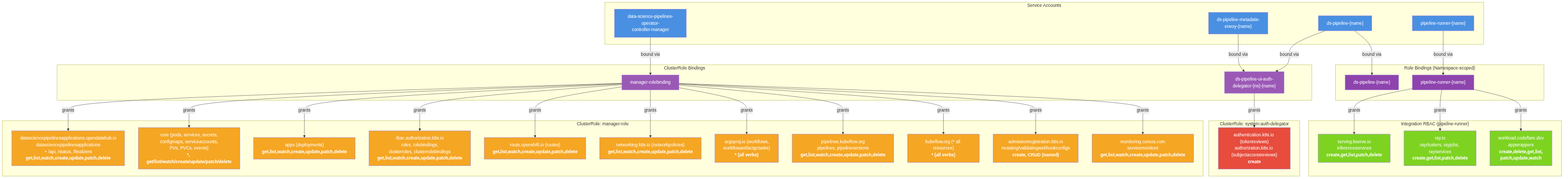
Above: architecture/rhoai.next/diagrams/data-science-pipelines-operator-rbac.png in rhuss/architecture-context (Mermaid), before the change. Its source is kept beside it as architecture/rhoai.next/diagrams/data-science-pipelines-operator-rbac.mmd.
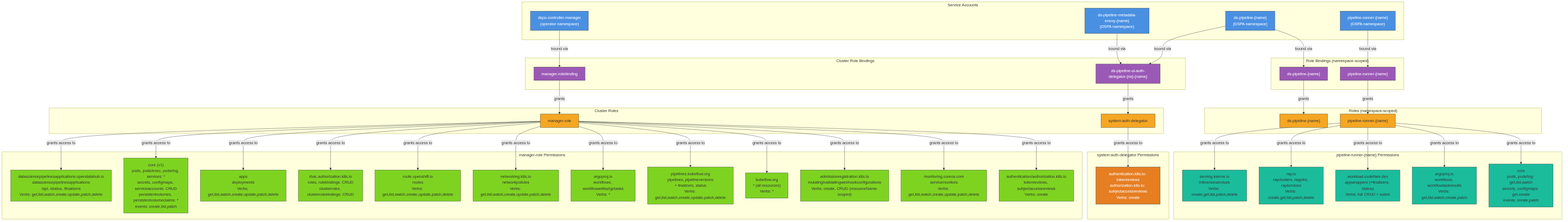
Above is the later version.

Diff of the diagram source:
```diff
@@ -1,89 +1,126 @@
 graph TD
     subgraph ServiceAccounts["Service Accounts"]
-        SA_DSPO["data-science-pipelines-operator-<br/>controller-manager"]
-        SA_Pipeline["ds-pipeline-{name}"]
-        SA_Envoy["ds-pipeline-metadata-<br/>envoy-{name}"]
-        SA_Runner["pipeline-runner-{name}"]
+        SA_DSPO["dspo-controller-manager<br/>(operator namespace)"]
+        SA_Pipeline["ds-pipeline-{name}<br/>(DSPA namespace)"]
+        SA_Envoy["ds-pipeline-metadata-envoy-{name}<br/>(DSPA namespace)"]
+        SA_Runner["pipeline-runner-{name}<br/>(DSPA namespace)"]
     end
 
-    subgraph ClusterRoleBindings["ClusterRole Bindings"]
+    subgraph ClusterRoleBindings["Cluster Role Bindings"]
         CRB_Manager["manager-rolebinding"]
-        CRB_AuthDeleg["ds-pipeline-ui-auth-<br/>delegator-{ns}-{name}"]
+        CRB_AuthDeleg["ds-pipeline-ui-auth-delegator-{ns}-{name}"]
     end
 
-    subgraph RoleBindings["Role Bindings (Namespace-scoped)"]
+    subgraph RoleBindings["Role Bindings (namespace-scoped)"]
         RB_Pipeline["ds-pipeline-{name}"]
         RB_Runner["pipeline-runner-{name}"]
     end
 
-    subgraph ClusterRoles["ClusterRole: manager-role"]
-        direction TB
-        CR_DSPA["datasciencepipelinesapplications.opendatahub.io<br/>datasciencepipelinesapplications<br/>+ /api, /status, /finalizers<br/><b>get,list,watch,create,update,patch,delete</b>"]
-        CR_Core["core (pods, services, secrets,<br/>configmaps, serviceaccounts,<br/>PVs, PVCs, events)<br/><b>*, get/list/watch/create/update/patch/delete</b>"]
-        CR_Apps["apps (deployments)<br/><b>get,list,watch,create,update,patch,delete</b>"]
-        CR_RBAC["rbac.authorization.k8s.io<br/>roles, rolebindings,<br/>clusterroles, clusterrolebindings<br/><b>get,list,watch,create,update,patch,delete</b>"]
-        CR_Routes["route.openshift.io (routes)<br/><b>get,list,watch,create,update,patch,delete</b>"]
-        CR_NetPol["networking.k8s.io (networkpolicies)<br/><b>get,list,watch,create,update,patch,delete</b>"]
-        CR_Argo["argoproj.io (workflows,<br/>workflowartifactgctasks)<br/><b>* (all verbs)</b>"]
-        CR_KFP["pipelines.kubeflow.org<br/>pipelines, pipelineversions<br/><b>get,list,watch,create,update,patch,delete</b>"]
-        CR_KF["kubeflow.org (* all resources)<br/><b>* (all verbs)</b>"]
-        CR_Webhook["admissionregistration.k8s.io<br/>mutating/validatingwebhookconfigs<br/><b>create, CRUD (named)</b>"]
-        CR_Monitor["monitoring.coreos.com<br/>servicemonitors<br/><b>get,list,watch,create,update,patch,delete</b>"]
+    subgraph ClusterRoles["Cluster Roles"]
+        CR_Manager["manager-role"]
+        CR_AuthDeleg["system:auth-delegator"]
     end
 
-    subgraph IntegrationRoles["Integration RBAC (pipeline-runner)"]
-        IR_KServe["serving.kserve.io<br/>inferenceservices<br/><b>create,get,list,patch,delete</b>"]
-        IR_Ray["ray.io<br/>rayclusters, rayjobs, rayservices<br/><b>create,get,list,patch,delete</b>"]
-        IR_CF["workload.codeflare.dev<br/>appwrappers<br/><b>create,delete,get,list,<br/>patch,update,watch</b>"]
+    subgraph Roles["Roles (namespace-scoped)"]
+        R_Pipeline["ds-pipeline-{name}"]
+        R_Runner["pipeline-runner-{name}"]
     end
 
-    subgraph AuthDelegation["ClusterRole: system:auth-delegator"]
-        AD_Auth["authentication.k8s.io (tokenreviews)<br/>authorization.k8s.io (subjectaccessreviews)<br/><b>create</b>"]
+    SA_DSPO -->|bound via| CRB_Manager
+    CRB_Manager -->|grants| CR_Manager
+
+    SA_Pipeline -->|bound via| CRB_AuthDeleg
+    SA_Envoy -->|bound via| CRB_AuthDeleg
+    CRB_AuthDeleg -->|grants| CR_AuthDeleg
+
+    SA_Pipeline -->|bound via| RB_Pipeline
+    RB_Pipeline -->|grants| R_Pipeline
+
+    SA_Runner -->|bound via| RB_Runner
+    RB_Runner -->|grants| R_Runner
+
+    subgraph ManagerResources["manager-role Permissions"]
+        direction TB
+        DSPA_Res["datasciencepipelinesapplications.opendatahub.io<br/>datasciencepipelinesapplications<br/>/api, /status, /finalizers<br/>Verbs: get,list,watch,create,update,patch,delete"]
+        Core_Res["core (v1)<br/>pods, pods/exec, pods/log, services: *<br/>secrets, configmaps, serviceaccounts: CRUD<br/>persistentvolumes, persistentvolumeclaims: *<br/>events: create,list,patch"]
+        Apps_Res["apps<br/>deployments<br/>Verbs: get,list,watch,create,update,patch,delete"]
+        RBAC_Res["rbac.authorization.k8s.io<br/>roles, rolebindings: CRUD<br/>clusterroles, clusterrolebindings: CRUD"]
+        Route_Res["route.openshift.io<br/>routes<br/>Verbs: get,list,watch,create,update,patch,delete"]
+        NetPol_Res["networking.k8s.io<br/>networkpolicies<br/>Verbs: get,list,watch,create,update,patch,delete"]
+        Argo_Res["argoproj.io<br/>workflows, workflowartifactgctasks<br/>Verbs: *"]
+        KFP_Res["pipelines.kubeflow.org<br/>pipelines, pipelineversions<br/>+ finalizers, status<br/>Verbs: get,list,watch,create,update,patch,delete"]
+        KF_Res["kubeflow.org<br/>* (all resources)<br/>Verbs: *"]
+        Webhook_Res["admissionregistration.k8s.io<br/>mutating/validatingwebhookconfigurations<br/>Verbs: create, CRUD (resourceName-scoped)"]
+        Monitor_Res["monitoring.coreos.com<br/>servicemonitors<br/>Verbs: get,list,watch,create,update,patch,delete"]
+        Auth_Res["authentication/authorization.k8s.io<br/>tokenreviews, subjectaccessreviews<br/>Verbs: create"]
     end
 
-    SA_DSPO -->|"bound via"| CRB_Manager
-    CRB_Manager -->|"grants"| CR_DSPA
-    CRB_Manager -->|"grants"| CR_Core
-    CRB_Manager -->|"grants"| CR_Apps
-    CRB_Manager -->|"grants"| CR_RBAC
-    CRB_Manager -->|"grants"| CR_Routes
-    CRB_Manager -->|"grants"| CR_NetPol
-    CRB_Manager -->|"grants"| CR_Argo
-    CRB_Manager -->|"grants"| CR_KFP
-    CRB_Manager -->|"grants"| CR_KF
-    CRB_Manager -->|"grants"| CR_Webhook
-    CRB_Manager -->|"grants"| CR_Monitor
+    CR_Manager -->|grants access to| DSPA_Res
+    CR_Manager -->|grants access to| Core_Res
+    CR_Manager -->|grants access to| Apps_Res
+    CR_Manager -->|grants access to| RBAC_Res
+    CR_Manager -->|grants access to| Route_Res
+    CR_Manager -->|grants access to| NetPol_Res
+    CR_Manager -->|grants access to| Argo_Res
+    CR_Manager -->|grants access to| KFP_Res
+    CR_Manager -->|grants access to| KF_Res
+    CR_Manager -->|grants access to| Webhook_Res
+    CR_Manager -->|grants access to| Monitor_Res
+    CR_Manager -->|grants access to| Auth_Res
 
-    SA_Pipeline -->|"bound via"| CRB_AuthDeleg
-    SA_Envoy -->|"bound via"| CRB_AuthDeleg
-    CRB_AuthDeleg -->|"grants"| AD_Auth
+    subgraph RunnerResources["pipeline-runner-{name} Permissions"]
+        direction TB
+        Runner_KServe["serving.kserve.io<br/>inferenceservices<br/>Verbs: create,get,list,patch,delete"]
+        Runner_Ray["ray.io<br/>rayclusters, rayjobs, rayservices<br/>Verbs: create,get,list,patch,delete"]
+        Runner_CF["workload.codeflare.dev<br/>appwrappers (+finalizers, status)<br/>Verbs: full CRUD + watch"]
+        Runner_Argo["argoproj.io<br/>workflows, workflowtaskresults<br/>Verbs: get,list,watch,create,patch"]
+        Runner_Core["core<br/>pods, pods/log: get,list,watch<br/>secrets, configmaps: get,create<br/>events: create,patch"]
+    end
 
-    SA_Pipeline -->|"bound via"| RB_Pipeline
-    SA_Runner -->|"bound via"| RB_Runner
-    RB_Runner -->|"grants"| IR_KServe
-    RB_Runner -->|"grants"| IR_Ray
-    RB_Runner -->|"grants"| IR_CF
+    R_Runner -->|grants access to| Runner_KServe
+    R_Runner -->|grants access to| Runner_Ray
+    R_Runner -->|grants access to| Runner_CF
+    R_Runner -->|grants access to| Runner_Argo
+    R_Runner -->|grants access to| Runner_Core
 
-    style SA_DSPO fill:#4a90e2,color:#fff
-    style SA_Pipeline fill:#4a90e2,color:#fff
-    style SA_Envoy fill:#4a90e2,color:#fff
-    style SA_Runner fill:#4a90e2,color:#fff
-    style CRB_Manager fill:#9b59b6,color:#fff
-    style CRB_AuthDeleg fill:#9b59b6,color:#fff
-    style RB_Pipeline fill:#8e44ad,color:#fff
-    style RB_Runner fill:#8e44ad,color:#fff
-    style CR_DSPA fill:#f5a623,color:#fff
-    style CR_Core fill:#f5a623,color:#fff
-    style CR_Apps fill:#f5a623,color:#fff
-    style CR_RBAC fill:#f5a623,color:#fff
-    style CR_Routes fill:#f5a623,color:#fff
-    style CR_NetPol fill:#f5a623,color:#fff
-    style CR_Argo fill:#f5a623,color:#fff
-    style CR_KFP fill:#f5a623,color:#fff
-    style CR_KF fill:#f5a623,color:#fff
-    style CR_Webhook fill:#f5a623,color:#fff
-    style CR_Monitor fill:#f5a623,color:#fff
-    style IR_KServe fill:#7ed321,color:#fff
-    style IR_Ray fill:#7ed321,color:#fff
-    style IR_CF fill:#7ed321,color:#fff
-    style AD_Auth fill:#e74c3c,color:#fff
+    subgraph AuthDelegResources["system:auth-delegator Permissions"]
+        AuthDeleg_Res["authentication.k8s.io: tokenreviews<br/>authorization.k8s.io: subjectaccessreviews<br/>Verbs: create"]
+    end
+
+    CR_AuthDeleg -->|grants access to| AuthDeleg_Res
+
+    style SA_DSPO fill:#4a90e2,stroke:#333,color:#fff
+    style SA_Pipeline fill:#4a90e2,stroke:#333,color:#fff
+    style SA_Envoy fill:#4a90e2,stroke:#333,color:#fff
+    style SA_Runner fill:#4a90e2,stroke:#333,color:#fff
+
+    style CR_Manager fill:#f5a623,stroke:#333
+    style CR_AuthDeleg fill:#f5a623,stroke:#333
+    style R_Pipeline fill:#f5a623,stroke:#333
+    style R_Runner fill:#f5a623,stroke:#333
+
+    style CRB_Manager fill:#9b59b6,stroke:#333,color:#fff
+    style CRB_AuthDeleg fill:#9b59b6,stroke:#333,color:#fff
+    style RB_Pipeline fill:#9b59b6,stroke:#333,color:#fff
+    style RB_Runner fill:#9b59b6,stroke:#333,color:#fff
+
+    style DSPA_Res fill:#7ed321,stroke:#333
+    style Core_Res fill:#7ed321,stroke:#333
+    style Apps_Res fill:#7ed321,stroke:#333
+    style RBAC_Res fill:#7ed321,stroke:#333
+    style Route_Res fill:#7ed321,stroke:#333
+    style NetPol_Res fill:#7ed321,stroke:#333
+    style Argo_Res fill:#7ed321,stroke:#333
+    style KFP_Res fill:#7ed321,stroke:#333
+    style KF_Res fill:#7ed321,stroke:#333
+    style Webhook_Res fill:#7ed321,stroke:#333
+    style Monitor_Res fill:#7ed321,stroke:#333
+    style Auth_Res fill:#7ed321,stroke:#333
+
+    style Runner_KServe fill:#1abc9c,stroke:#333
+    style Runner_Ray fill:#1abc9c,stroke:#333
+    style Runner_CF fill:#1abc9c,stroke:#333
+    style Runner_Argo fill:#1abc9c,stroke:#333
+    style Runner_Core fill:#1abc9c,stroke:#333
+
+    style AuthDeleg_Res fill:#e67e22,stroke:#333,color:#fff
```
